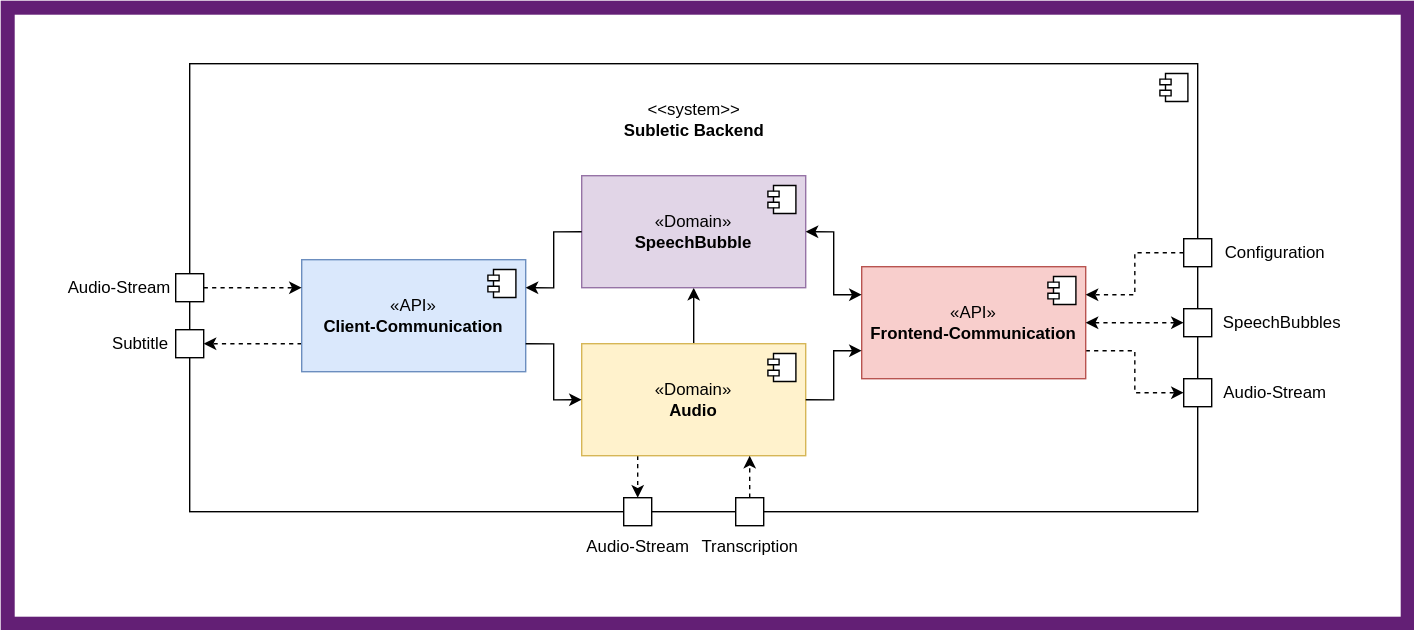
Subletic/Documentation keeps this draw.io diagram as TechnicalDocumentation/arc42/img/Bausteinsicht_1_Backend.drawio.svg. Above is the earlier version. Source tidied: cells renumbered, new cells last; positions are measured from the earlier drawing's top-left corner, leaving out a move shared by most shapes.
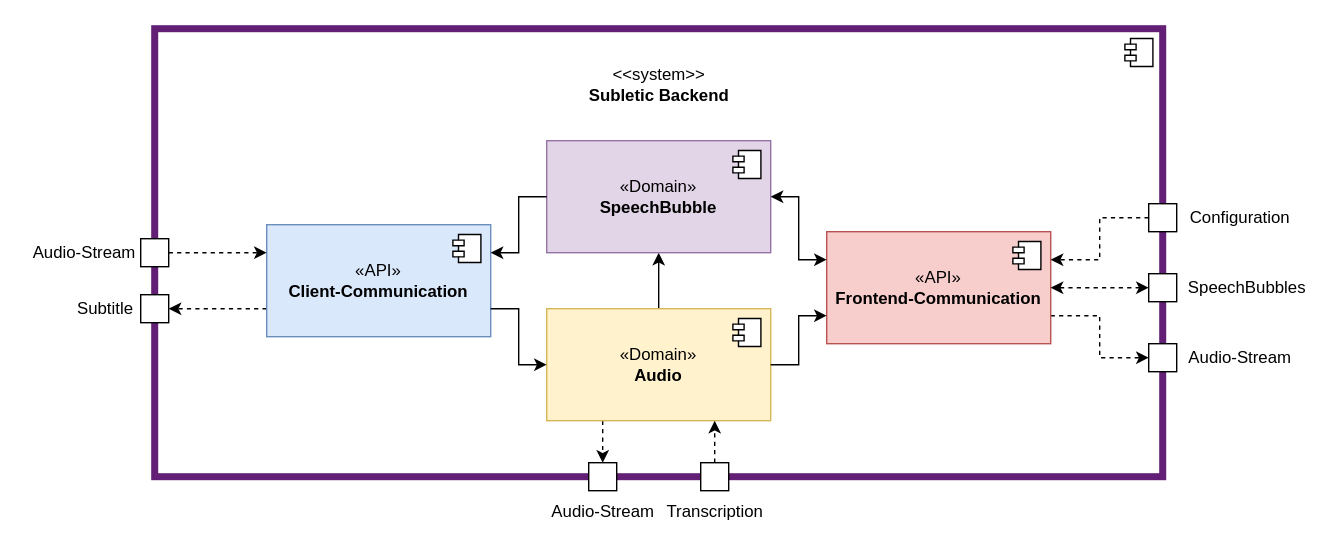
Later version of the same file.

Commit message:
#138 docs: improved color of diagrams

Change to the diagram source:
```diff
@@ -2,10 +2,10 @@
   <root>
     <mxCell id="0" />
     <mxCell id="1" parent="0" />
-    <mxCell id="2" style="rounded=0;whiteSpace=wrap;html=1;strokeColor=#631F75;strokeWidth=10;" parent="1" vertex="1">
-      <mxGeometry width="1000" height="440" as="geometry" />
+    <mxCell id="2" style="rounded=0;whiteSpace=wrap;html=1;strokeColor=none;strokeWidth=10;fillColor=#FFFFFF;" parent="1" vertex="1">
+      <mxGeometry x="20" y="20" width="960" height="390" as="geometry" />
     </mxCell>
-    <mxCell id="3" style="html=1;whiteSpace=wrap;" parent="1" vertex="1">
+    <mxCell id="3" style="html=1;whiteSpace=wrap;strokeColor=#631F75;fillColor=#FFFFFF;strokeWidth=5;" parent="1" vertex="1">
       <mxGeometry x="130" y="40" width="720" height="320" as="geometry" />
     </mxCell>
     <mxCell id="4" style="shape=module;jettyWidth=8;jettyHeight=4;" parent="3" vertex="1">
```
